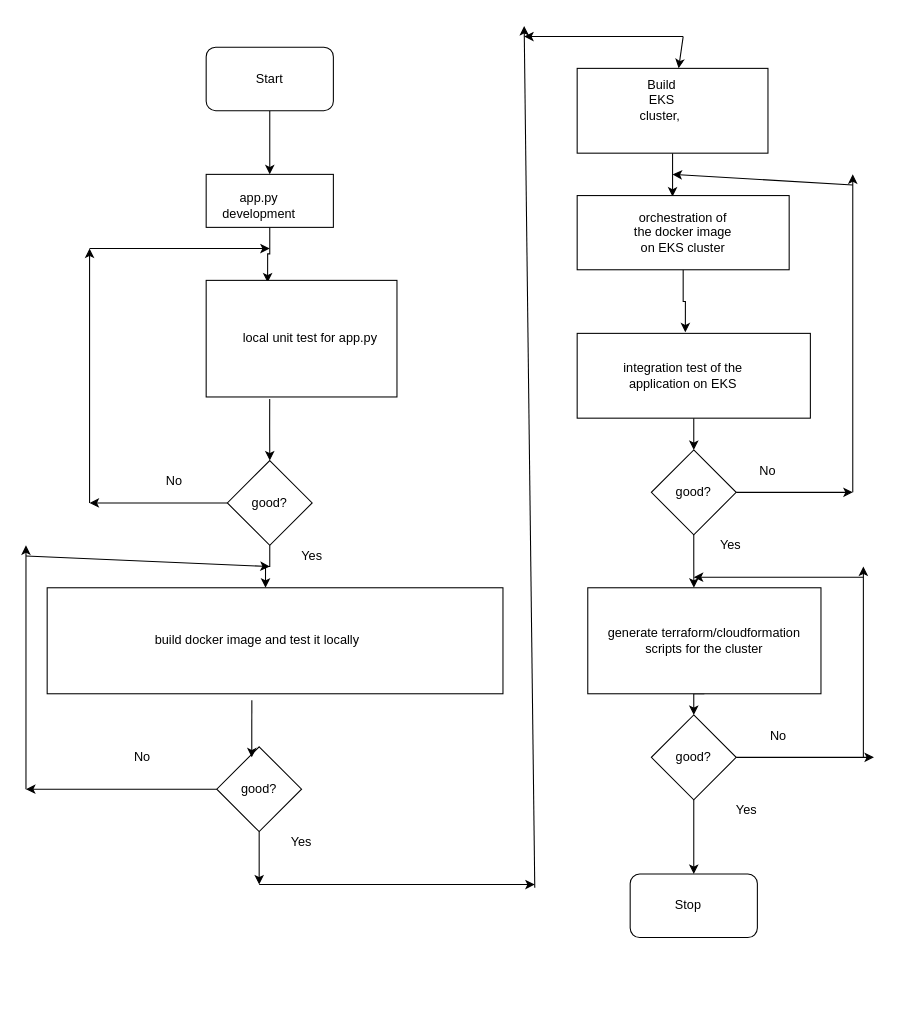
The draw.io diagram workflow.drawio in yxiao168/w2ohw, before the edit. Source tidied: cells renumbered, new cells numbered last; positions are measured from the earlier drawing's top-left corner, leaving out a move shared by most shapes. Both pictures are drawn from the tidied source at 106%, with x=0, y=0 at pixel (25, 25).
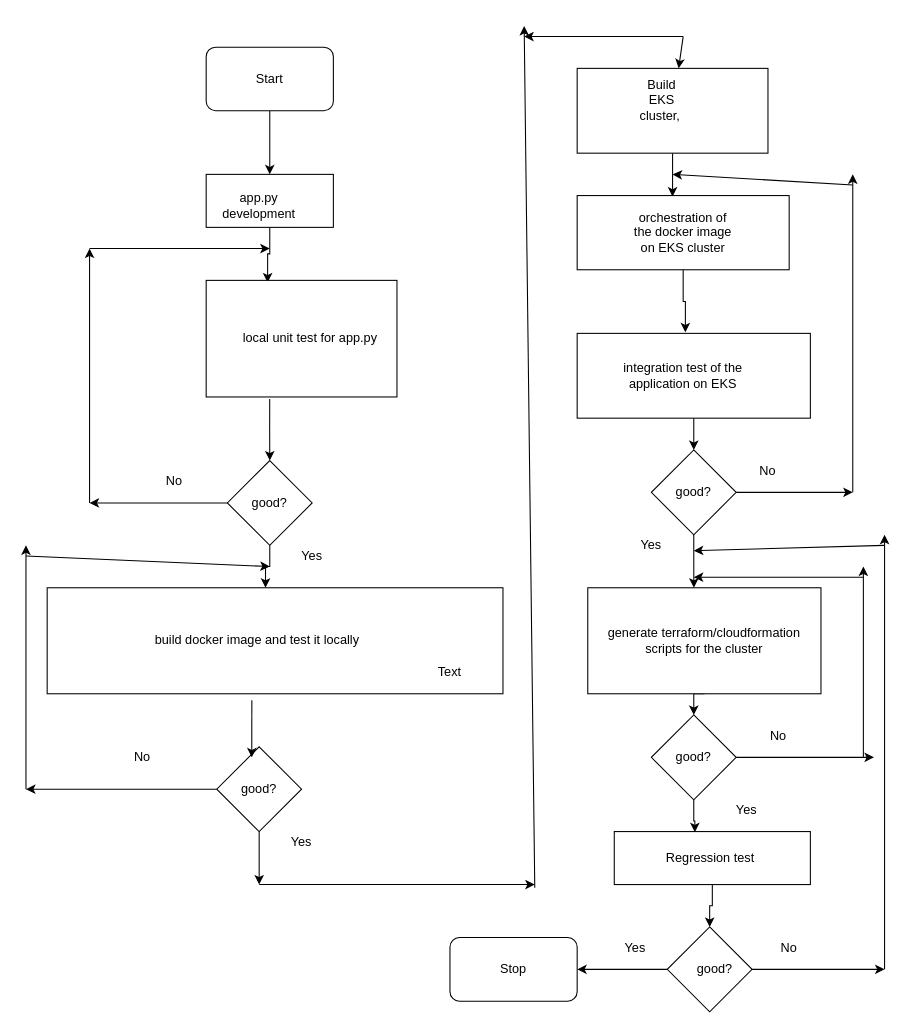
The same diagram, later.

The change refers to these unchanged cells:
```xml
<mxCell id="55" style="rhombus;whiteSpace=wrap;html=1;" parent="1" vertex="1">
  <mxGeometry x="590" y="650" width="80" height="80" as="geometry" />
</mxCell>
```

What changed in the source:
```diff
@@
     <mxCell id="50" value="Yes" style="text;html=1;strokeColor=none;fillColor=none;align=center;verticalAlign=middle;whiteSpace=wrap;rounded=0;" parent="1" vertex="1">
-      <mxGeometry x="645" y="480" width="40" height="20" as="geometry" />
+      <mxGeometry x="570" y="480" width="40" height="20" as="geometry" />
     </mxCell>
     <mxCell id="51" style="rounded=1;whiteSpace=wrap;html=1;" parent="1" vertex="1">
-      <mxGeometry x="570" y="800" width="120" height="60" as="geometry" />
+      <mxGeometry x="400" y="860" width="120" height="60" as="geometry" />
     </mxCell>
@@
-    <mxCell id="54" style="edgeStyle=orthogonalEdgeStyle;rounded=0;jettySize=auto;html=1;" parent="1" edge="1" source="55" target="51">
-      <mxGeometry relative="1" as="geometry" />
-    </mxCell>
+    <mxCell id="63" style="edgeStyle=orthogonalEdgeStyle;rounded=0;jettySize=auto;html=1;entryX=0.411;entryY=0.014;entryDx=0;entryDy=0;entryPerimeter=0;" parent="1" edge="1" source="55" target="65">
+      <mxGeometry relative="1" as="geometry" />
+    </mxCell>
@@
     <mxCell id="62" value="Stop" style="text;html=1;strokeColor=none;fillColor=none;align=center;verticalAlign=middle;whiteSpace=wrap;rounded=0;" parent="1" vertex="1">
-      <mxGeometry x="605" y="820" width="40" height="20" as="geometry" />
+      <mxGeometry x="440" y="880" width="40" height="20" as="geometry" />
     </mxCell>
+    <mxCell id="64" style="edgeStyle=orthogonalEdgeStyle;rounded=0;jettySize=auto;html=1;entryX=0.5;entryY=0;entryDx=0;entryDy=0;" parent="1" edge="1" source="65" target="67">
+      <mxGeometry relative="1" as="geometry" />
+    </mxCell>
+    <mxCell id="65" value="Regression test&amp;nbsp;" style="rounded=0;whiteSpace=wrap;html=1;" parent="1" vertex="1">
+      <mxGeometry x="555" y="760" width="185" height="50" as="geometry" />
+    </mxCell>
+    <mxCell id="66" value="Text" style="text;html=1;strokeColor=none;fillColor=none;align=center;verticalAlign=middle;whiteSpace=wrap;rounded=0;" parent="1" vertex="1">
+      <mxGeometry x="380" y="600" width="40" height="20" as="geometry" />
+    </mxCell>
+    <mxCell id="67" style="rhombus;whiteSpace=wrap;html=1;" parent="1" vertex="1">
+      <mxGeometry x="605" y="850" width="80" height="80" as="geometry" />
+    </mxCell>
+    <mxCell id="68" value="good?" style="text;html=1;strokeColor=none;fillColor=none;align=center;verticalAlign=middle;whiteSpace=wrap;rounded=0;" parent="1" vertex="1">
+      <mxGeometry x="630" y="880" width="40" height="20" as="geometry" />
+    </mxCell>
+    <mxCell id="69" style="endArrow=classic;html=1;exitX=1;exitY=0.5;exitDx=0;exitDy=0;" parent="1" edge="1" source="67">
+      <mxGeometry relative="1" as="geometry">
+        <mxPoint x="810" y="890" as="targetPoint" />
+      </mxGeometry>
+    </mxCell>
+    <mxCell id="70" style="endArrow=classic;html=1;" parent="1" edge="1">
+      <mxGeometry relative="1" as="geometry">
+        <mxPoint x="810" y="890" as="sourcePoint" />
+        <mxPoint x="810" y="480" as="targetPoint" />
+      </mxGeometry>
+    </mxCell>
+    <mxCell id="71" style="endArrow=classic;html=1;" parent="1" edge="1">
+      <mxGeometry relative="1" as="geometry">
+        <mxPoint x="810" y="490" as="sourcePoint" />
+        <mxPoint x="630" y="495" as="targetPoint" />
+      </mxGeometry>
+    </mxCell>
+    <mxCell id="72" value="No" style="text;html=1;strokeColor=none;fillColor=none;align=center;verticalAlign=middle;whiteSpace=wrap;rounded=0;" parent="1" vertex="1">
+      <mxGeometry x="700" y="860" width="40" height="20" as="geometry" />
+    </mxCell>
+    <mxCell id="73" value="Yes" style="text;html=1;strokeColor=none;fillColor=none;align=center;verticalAlign=middle;whiteSpace=wrap;rounded=0;" parent="1" vertex="1">
+      <mxGeometry x="555" y="860" width="40" height="20" as="geometry" />
+    </mxCell>
+    <mxCell id="74" style="endArrow=classic;html=1;exitX=0;exitY=0.5;exitDx=0;exitDy=0;entryX=1;entryY=0.5;entryDx=0;entryDy=0;" parent="1" edge="1" source="67" target="51">
+      <mxGeometry relative="1" as="geometry" />
+    </mxCell>
```
